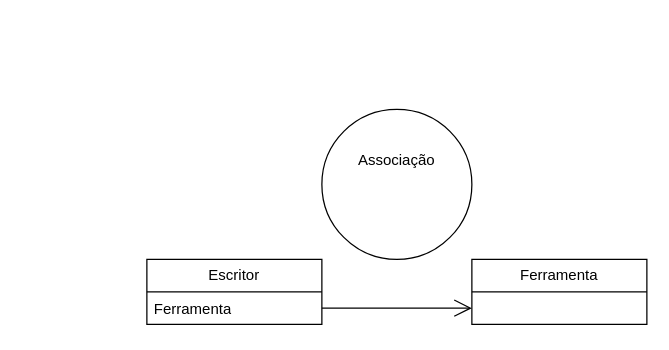
This is Secao_3_Introducao_a_Programacao_Orientada_a_Objetos_em_Python/Codigo_171.drawio from JoaoAugustoColassoHandocha/Codigos_Aulas_Curso_de_Python_3_do_basico_ao_avancado, a draw.io file, before an edit. Source tidied: cells renumbered, new cells numbered last; positions are measured from the earlier drawing's top-left corner, leaving out a move shared by most shapes. Both pictures are drawn from the tidied source at 125%, with x=0, y=0 at pixel (146, 109).
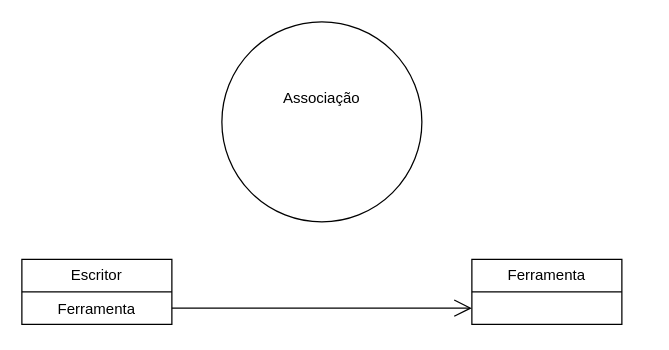
Above is the later version.

The edit, as a diff of the source:
```diff
@@
 <mxGraphModel>
   <root>
     <mxCell id="0" />
     <mxCell id="1" parent="0" />
     <mxCell id="2" value="Associação&lt;p&gt;&lt;br&gt;&lt;/p&gt;" style="ellipse;whiteSpace=wrap;html=1;shapeInside=1;" parent="1" vertex="1">
-      <mxGeometry x="140" width="120" height="120" as="geometry" />
+      <mxGeometry x="60" y="-70" width="160" height="160" as="geometry" />
     </mxCell>
     <mxCell id="3" value="Escritor" style="swimlane;fontStyle=0;horizontal=1;startSize=26;fillColor=none;whiteSpace=wrap;html=1;" parent="1" vertex="1">
-      <mxGeometry y="120" width="140" height="52" as="geometry" />
+      <mxGeometry x="-100" y="120" width="120" height="52" as="geometry" />
     </mxCell>
-    <mxCell id="4" value="Ferramenta" style="text;strokeColor=none;fillColor=none;align=left;verticalAlign=top;spacingLeft=4;spacingRight=4;overflow=hidden;whiteSpace=wrap;html=1;" parent="3" vertex="1">
-      <mxGeometry y="26" width="140" height="26" as="geometry" />
+    <mxCell id="4" value="Ferramenta" style="text;strokeColor=none;fillColor=none;align=center;verticalAlign=top;spacingLeft=4;spacingRight=4;overflow=hidden;whiteSpace=wrap;html=1;" parent="3" vertex="1">
+      <mxGeometry y="26" width="120" height="26" as="geometry" />
     </mxCell>
     <mxCell id="5" value="Ferramenta" style="swimlane;fontStyle=0;horizontal=1;startSize=26;fillColor=none;whiteSpace=wrap;html=1;" parent="1" vertex="1">
-      <mxGeometry x="260" y="120" width="140" height="52" as="geometry" />
+      <mxGeometry x="260" y="120" width="120" height="52" as="geometry" />
     </mxCell>
     <mxCell id="6" style="endArrow=open;endFill=1;endSize=12;html=1;rounded=0;entryX=0;entryY=0.75;entryDx=0;entryDy=0;exitX=1;exitY=0.75;exitDx=0;exitDy=0;" parent="1" edge="1" source="3" target="5">
       <mxGeometry relative="1" as="geometry" />
     </mxCell>
   </root>
 </mxGraphModel>
```
